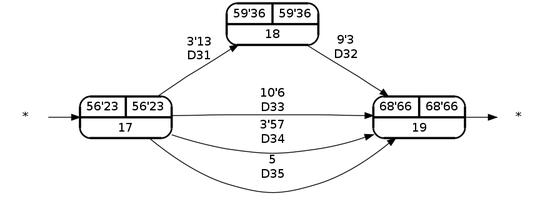
The Graphviz diagram Trabajos/T3/img/grafo_el_implementación.png in srug86/pgsiesi, before a commit. Its source is kept beside it as Trabajos/T3/img/grafo_el_implementación.dot. Source of this version:
```dot
digraph grafo_inicial {
	rankdir = LR; node[style="rounded,bold"]
	17 [shape=record, label="{ 56'23 | 56'23 } | 17"];
	18 [shape=record, label="{ 59'36 | 59'36 } | 18"];
	19 [shape=record, label="{ 68'66 | 68'66 } | 19"];
	ast1 [label = "*", shape=plaintext]
	ast2 [label = "*", shape=plaintext]
	node [shape = circle];
	ast1 -> 17;
	17 -> 18 [label = "3'13" + "\nD31"];
	18 -> 19 [label = "9'3" + "\nD32"];
	17 -> 19 [label = "10'6" + "\nD33"];
	17 -> 19 [label = "3'57" + "\nD34"];
	17 -> 19 [label = "5" + "\nD35"];
	19 -> ast2;
}
```
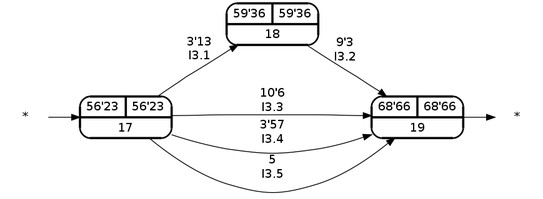
The same file after the commit.

Change to the diagram source:
```diff
@@ -7,10 +7,10 @@
 	ast2 [label = "*", shape=plaintext]
 	node [shape = circle];
 	ast1 -> 17;
-	17 -> 18 [label = "3'13" + "\nD31"];
-	18 -> 19 [label = "9'3" + "\nD32"];
-	17 -> 19 [label = "10'6" + "\nD33"];
-	17 -> 19 [label = "3'57" + "\nD34"];
-	17 -> 19 [label = "5" + "\nD35"];
+	17 -> 18 [label = "3'13" + "\nI3.1"];
+	18 -> 19 [label = "9'3" + "\nI3.2"];
+	17 -> 19 [label = "10'6" + "\nI3.3"];
+	17 -> 19 [label = "3'57" + "\nI3.4"];
+	17 -> 19 [label = "5" + "\nI3.5"];
 	19 -> ast2;
 }
```
